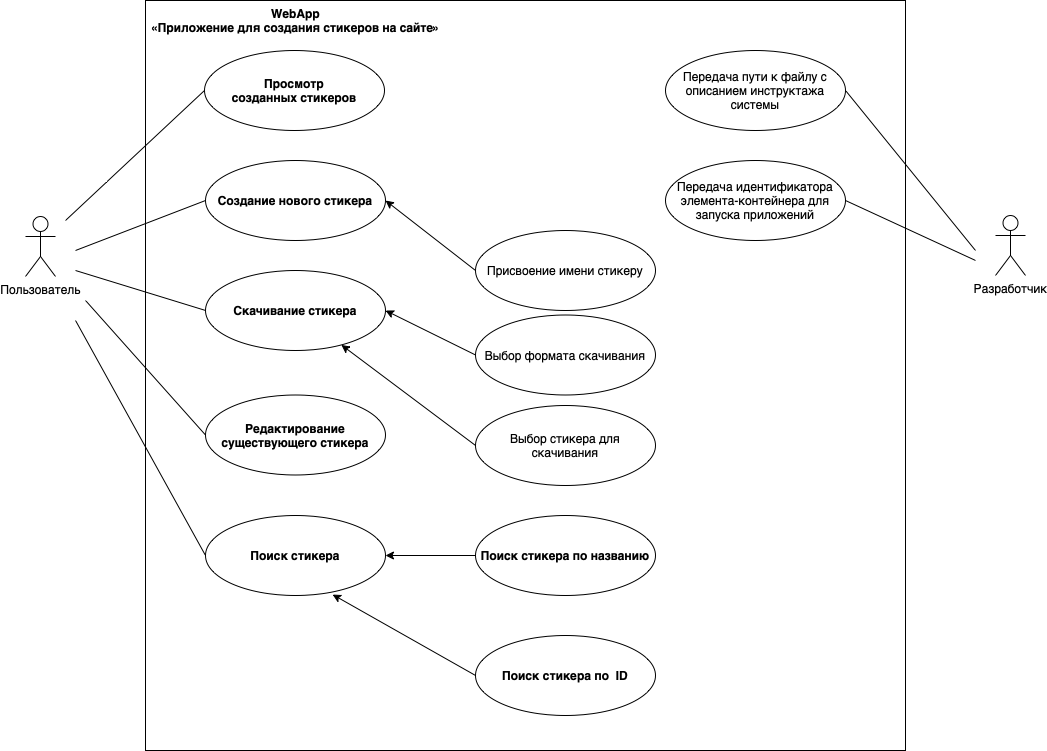
Above: DrawSticker.png in kottng/Just_for_fun (draw.io), before the change. Source tidied: cells renumbered, new cells last; positions are measured from the earlier drawing's top-left corner, leaving out a move shared by most shapes. Source of this version:
```xml
<mxGraphModel>
  <root>
    <mxCell id="0" />
    <mxCell id="1" parent="0" />
    <mxCell id="2" style="html=1;whiteSpace=wrap;" parent="1" vertex="1">
      <mxGeometry x="120" width="760" height="750" as="geometry" />
    </mxCell>
    <mxCell id="3" value="&lt;b&gt;WebApp&lt;br&gt;«Приложение для создания стикеров на сайте»&lt;br&gt;&lt;/b&gt;" style="text;html=1;align=center;verticalAlign=middle;strokeColor=none;fillColor=none;" parent="1" vertex="1">
      <mxGeometry x="115" width="310" height="40" as="geometry" />
    </mxCell>
    <mxCell id="4" value="Пользователь&lt;br&gt;" style="shape=umlActor;verticalLabelPosition=bottom;verticalAlign=top;html=1;" parent="1" vertex="1">
      <mxGeometry y="216" width="30" height="60" as="geometry" />
    </mxCell>
    <mxCell id="5" value="Разработчик" style="shape=umlActor;verticalLabelPosition=bottom;verticalAlign=top;html=1;" parent="1" vertex="1">
      <mxGeometry x="970" y="215" width="30" height="60" as="geometry" />
    </mxCell>
    <mxCell id="6" value="&lt;b&gt;Просмотр созданных&amp;nbsp;стикеров&lt;/b&gt;" style="ellipse;whiteSpace=wrap;html=1;" parent="1" vertex="1">
      <mxGeometry x="179" y="50" width="180" height="80" as="geometry" />
    </mxCell>
    <mxCell id="7" value="&lt;b&gt;Создание нового стикера&lt;/b&gt;" style="ellipse;whiteSpace=wrap;html=1;" parent="1" vertex="1">
      <mxGeometry x="180" y="160" width="180" height="80" as="geometry" />
    </mxCell>
    <mxCell id="8" value="&lt;b&gt;Скачивание стикера&lt;/b&gt;" style="ellipse;whiteSpace=wrap;html=1;" parent="1" vertex="1">
      <mxGeometry x="180" y="270" width="180" height="80" as="geometry" />
    </mxCell>
    <mxCell id="9" value="&lt;b&gt;Редактирование существующего стикера&lt;/b&gt;" style="ellipse;whiteSpace=wrap;html=1;" parent="1" vertex="1">
      <mxGeometry x="180" y="394.5" width="180" height="80" as="geometry" />
    </mxCell>
    <mxCell id="10" value="&lt;b&gt;Поиск стикера&lt;/b&gt;" style="ellipse;whiteSpace=wrap;html=1;" parent="1" vertex="1">
      <mxGeometry x="180" y="515" width="180" height="80" as="geometry" />
    </mxCell>
    <mxCell id="11" style="endArrow=none;html=1;rounded=0;entryX=0;entryY=0.5;entryDx=0;entryDy=0;" parent="1" edge="1" target="6">
      <mxGeometry relative="1" as="geometry">
        <mxPoint x="40" y="220" as="sourcePoint" />
      </mxGeometry>
    </mxCell>
    <mxCell id="12" style="endArrow=none;html=1;rounded=0;entryX=0;entryY=0.5;entryDx=0;entryDy=0;" parent="1" edge="1" target="7">
      <mxGeometry relative="1" as="geometry">
        <mxPoint x="50" y="250" as="sourcePoint" />
      </mxGeometry>
    </mxCell>
    <mxCell id="13" style="endArrow=none;html=1;rounded=0;entryX=0;entryY=0.5;entryDx=0;entryDy=0;" parent="1" edge="1" target="8">
      <mxGeometry relative="1" as="geometry">
        <mxPoint x="50" y="270" as="sourcePoint" />
      </mxGeometry>
    </mxCell>
    <mxCell id="14" style="endArrow=none;html=1;rounded=0;entryX=0;entryY=0.5;entryDx=0;entryDy=0;" parent="1" edge="1" target="9">
      <mxGeometry relative="1" as="geometry">
        <mxPoint x="60" y="300" as="sourcePoint" />
      </mxGeometry>
    </mxCell>
    <mxCell id="15" style="endArrow=none;html=1;rounded=0;entryX=0;entryY=0.5;entryDx=0;entryDy=0;" parent="1" edge="1" target="10">
      <mxGeometry relative="1" as="geometry">
        <mxPoint x="50" y="320" as="sourcePoint" />
      </mxGeometry>
    </mxCell>
    <mxCell id="16" value="Передача пути к файлу с описанием инструктажа системы" style="ellipse;whiteSpace=wrap;html=1;" parent="1" vertex="1">
      <mxGeometry x="640" y="50" width="180" height="80" as="geometry" />
    </mxCell>
    <mxCell id="17" value="Передача идентификатора элемента-контейнера для запуска приложений" style="ellipse;whiteSpace=wrap;html=1;" parent="1" vertex="1">
      <mxGeometry x="640" y="160" width="180" height="80" as="geometry" />
    </mxCell>
    <mxCell id="18" style="endArrow=none;html=1;rounded=0;entryX=1;entryY=0.5;entryDx=0;entryDy=0;" parent="1" edge="1" target="16">
      <mxGeometry relative="1" as="geometry">
        <mxPoint x="950" y="250" as="sourcePoint" />
      </mxGeometry>
    </mxCell>
    <mxCell id="19" style="endArrow=none;html=1;rounded=0;entryX=1;entryY=0.5;entryDx=0;entryDy=0;" parent="1" edge="1" target="17">
      <mxGeometry relative="1" as="geometry">
        <mxPoint x="950" y="260" as="sourcePoint" />
      </mxGeometry>
    </mxCell>
    <mxCell id="20" style="endArrow=classic;html=1;rounded=0;entryX=1;entryY=0.5;entryDx=0;entryDy=0;exitX=0;exitY=0.5;exitDx=0;exitDy=0;" parent="1" edge="1" source="21">
      <mxGeometry relative="1" as="geometry">
        <mxPoint x="360" y="200" as="targetPoint" />
      </mxGeometry>
    </mxCell>
    <mxCell id="21" value="Присвоение имени стикеру" style="ellipse;whiteSpace=wrap;html=1;" parent="1" vertex="1">
      <mxGeometry x="450" y="230" width="180" height="80" as="geometry" />
    </mxCell>
    <mxCell id="22" style="endArrow=classic;html=1;rounded=0;entryX=1;entryY=0.5;entryDx=0;entryDy=0;exitX=0;exitY=0.5;exitDx=0;exitDy=0;" parent="1" edge="1" source="23">
      <mxGeometry relative="1" as="geometry">
        <mxPoint x="360" y="310" as="targetPoint" />
      </mxGeometry>
    </mxCell>
    <mxCell id="23" value="Выбор формата скачивания" style="ellipse;whiteSpace=wrap;html=1;" parent="1" vertex="1">
      <mxGeometry x="450" y="314.5" width="180" height="80" as="geometry" />
    </mxCell>
    <mxCell id="24" style="edgeStyle=orthogonalEdgeStyle;rounded=0;jettySize=auto;html=1;" parent="1" edge="1" source="25" target="10">
      <mxGeometry relative="1" as="geometry" />
    </mxCell>
    <mxCell id="25" value="&lt;b&gt;Поиск стикера по названию&lt;/b&gt;" style="ellipse;whiteSpace=wrap;html=1;" parent="1" vertex="1">
      <mxGeometry x="450" y="515" width="180" height="80" as="geometry" />
    </mxCell>
    <mxCell id="26" value="&lt;b&gt;Поиск стикера по &amp;nbsp;ID&lt;/b&gt;" style="ellipse;whiteSpace=wrap;html=1;" parent="1" vertex="1">
      <mxGeometry x="450" y="635" width="180" height="80" as="geometry" />
    </mxCell>
    <mxCell id="27" style="endArrow=classic;html=1;rounded=0;exitX=0;exitY=0.5;exitDx=0;exitDy=0;entryX=0.706;entryY=0.988;entryDx=0;entryDy=0;entryPerimeter=0;" parent="1" edge="1" source="26" target="10">
      <mxGeometry relative="1" as="geometry" />
    </mxCell>
    <mxCell id="28" style="endArrow=classic;html=1;rounded=0;exitX=0;exitY=0.5;exitDx=0;exitDy=0;" parent="1" edge="1" source="29" target="8">
      <mxGeometry relative="1" as="geometry" />
    </mxCell>
    <mxCell id="29" value="Выбор стикера для скачивания" style="ellipse;whiteSpace=wrap;html=1;" parent="1" vertex="1">
      <mxGeometry x="450" y="405" width="180" height="80" as="geometry" />
    </mxCell>
  </root>
</mxGraphModel>
```
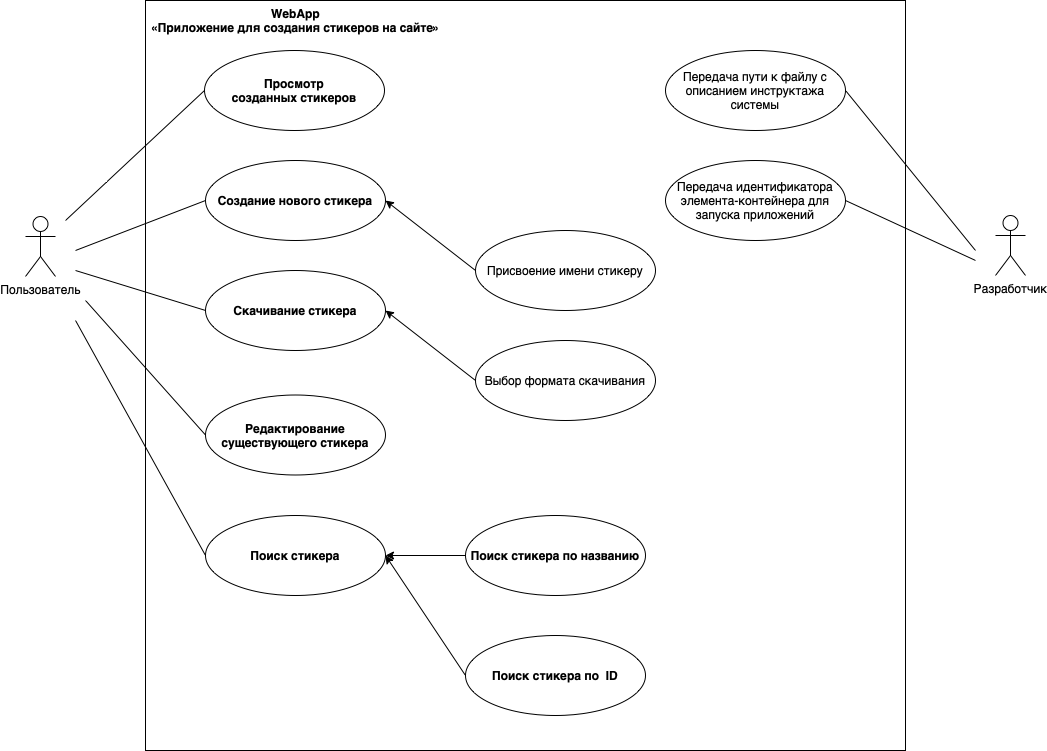
The same file after the commit.

What changed in the source:
```diff
@@ -84,25 +84,19 @@
       </mxGeometry>
     </mxCell>
     <mxCell id="23" value="Выбор формата скачивания" style="ellipse;whiteSpace=wrap;html=1;" parent="1" vertex="1">
-      <mxGeometry x="450" y="314.5" width="180" height="80" as="geometry" />
+      <mxGeometry x="450" y="340" width="180" height="80" as="geometry" />
     </mxCell>
     <mxCell id="24" style="edgeStyle=orthogonalEdgeStyle;rounded=0;jettySize=auto;html=1;" parent="1" edge="1" source="25" target="10">
       <mxGeometry relative="1" as="geometry" />
     </mxCell>
     <mxCell id="25" value="&lt;b&gt;Поиск стикера по названию&lt;/b&gt;" style="ellipse;whiteSpace=wrap;html=1;" parent="1" vertex="1">
-      <mxGeometry x="450" y="515" width="180" height="80" as="geometry" />
+      <mxGeometry x="440" y="515" width="180" height="80" as="geometry" />
     </mxCell>
     <mxCell id="26" value="&lt;b&gt;Поиск стикера по &amp;nbsp;ID&lt;/b&gt;" style="ellipse;whiteSpace=wrap;html=1;" parent="1" vertex="1">
-      <mxGeometry x="450" y="635" width="180" height="80" as="geometry" />
+      <mxGeometry x="440" y="635" width="180" height="80" as="geometry" />
     </mxCell>
-    <mxCell id="27" style="endArrow=classic;html=1;rounded=0;exitX=0;exitY=0.5;exitDx=0;exitDy=0;entryX=0.706;entryY=0.988;entryDx=0;entryDy=0;entryPerimeter=0;" parent="1" edge="1" source="26" target="10">
+    <mxCell id="27" style="endArrow=classic;html=1;rounded=0;exitX=0;exitY=0.5;exitDx=0;exitDy=0;entryX=1;entryY=0.5;entryDx=0;entryDy=0;" parent="1" edge="1" source="26" target="10">
       <mxGeometry relative="1" as="geometry" />
     </mxCell>
-    <mxCell id="28" style="endArrow=classic;html=1;rounded=0;exitX=0;exitY=0.5;exitDx=0;exitDy=0;" parent="1" edge="1" source="29" target="8">
-      <mxGeometry relative="1" as="geometry" />
-    </mxCell>
-    <mxCell id="29" value="Выбор стикера для скачивания" style="ellipse;whiteSpace=wrap;html=1;" parent="1" vertex="1">
-      <mxGeometry x="450" y="405" width="180" height="80" as="geometry" />
-    </mxCell>
   </root>
 </mxGraphModel>
```
